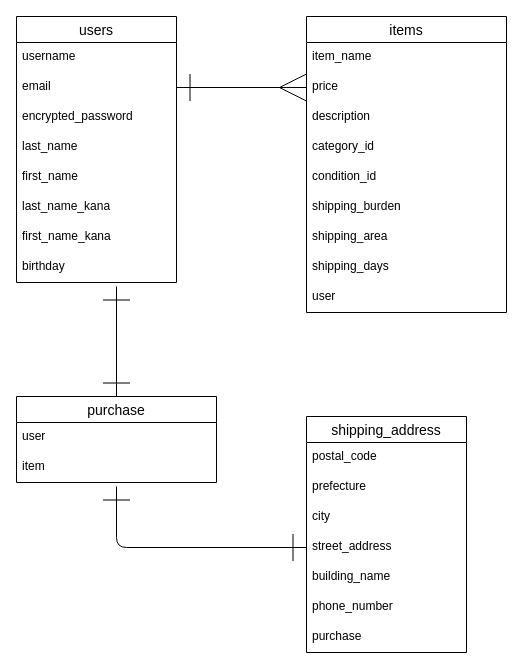
The draw.io diagram test.dio in kny19/furima2-39639, before the edit. Source tidied: cells renumbered, new cells numbered last; positions are measured from the earlier drawing's top-left corner, leaving out a move shared by most shapes. Both pictures are drawn from the tidied source at 100%, with x=0, y=0 at pixel (16, 16).
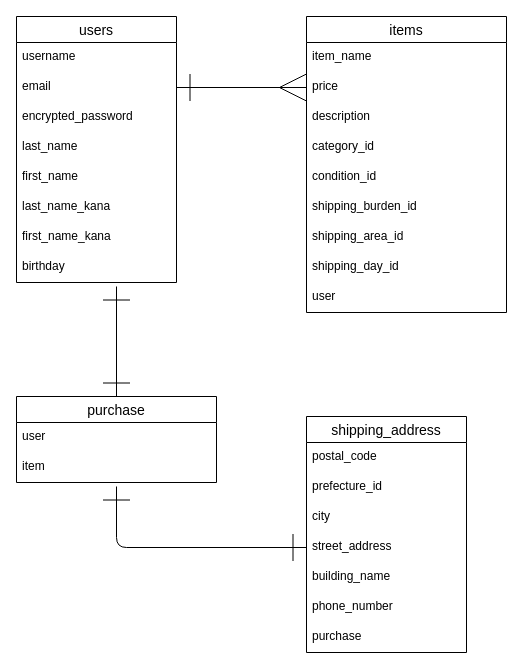
Above is the later version.

The change refers to these unchanged cells:
```xml
<mxCell id="11" value="items" style="swimlane;fontStyle=0;horizontal=1;startSize=26;align=center;fontSize=14;" parent="1" vertex="1">
  <mxGeometry x="290" width="200" height="296" as="geometry" />
</mxCell>
<mxCell id="21" value="shipping_address" style="swimlane;fontStyle=0;horizontal=1;startSize=26;align=center;fontSize=14;" parent="1" vertex="1">
  <mxGeometry x="290" y="400" width="160" height="236" as="geometry" />
</mxCell>
```

Change to the diagram source:
```diff
@@
-    <mxCell id="17" value="shipping_burden" style="text;strokeColor=none;fillColor=none;spacingLeft=4;spacingRight=4;overflow=hidden;fontSize=12;" parent="11" vertex="1">
+    <mxCell id="17" value="shipping_burden_id" style="text;strokeColor=none;fillColor=none;spacingLeft=4;spacingRight=4;overflow=hidden;fontSize=12;" parent="11" vertex="1">
       <mxGeometry y="176" width="200" height="30" as="geometry" />
     </mxCell>
-    <mxCell id="18" value="shipping_area" style="text;strokeColor=none;fillColor=none;spacingLeft=4;spacingRight=4;overflow=hidden;fontSize=12;" parent="11" vertex="1">
+    <mxCell id="18" value="shipping_area_id" style="text;strokeColor=none;fillColor=none;spacingLeft=4;spacingRight=4;overflow=hidden;fontSize=12;" parent="11" vertex="1">
       <mxGeometry y="206" width="200" height="30" as="geometry" />
     </mxCell>
-    <mxCell id="19" value="shipping_days" style="text;strokeColor=none;fillColor=none;spacingLeft=4;spacingRight=4;overflow=hidden;fontSize=12;" parent="11" vertex="1">
+    <mxCell id="19" value="shipping_day_id" style="text;strokeColor=none;fillColor=none;spacingLeft=4;spacingRight=4;overflow=hidden;fontSize=12;" parent="11" vertex="1">
       <mxGeometry y="236" width="200" height="30" as="geometry" />
     </mxCell>
@@
-    <mxCell id="23" value="prefecture" style="text;strokeColor=none;fillColor=none;spacingLeft=4;spacingRight=4;overflow=hidden;fontSize=12;" parent="21" vertex="1">
+    <mxCell id="23" value="prefecture_id" style="text;strokeColor=none;fillColor=none;spacingLeft=4;spacingRight=4;overflow=hidden;fontSize=12;" parent="21" vertex="1">
       <mxGeometry y="56" width="160" height="30" as="geometry" />
     </mxCell>
```
